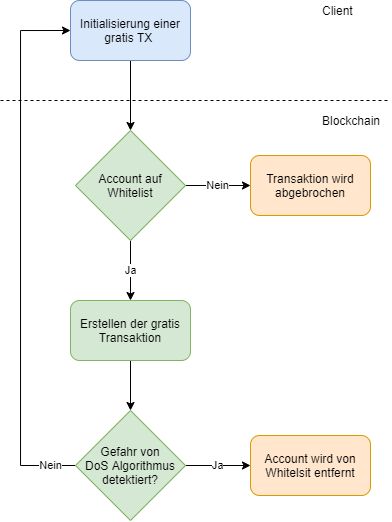
Above: Report/images/flow_solution1_v2.png in Geryones/BlockChain_TransactionManager (draw.io), before the change. Source tidied: cells renumbered, new cells last; positions are measured from the earlier drawing's top-left corner, leaving out a move shared by most shapes. Its diagram source:
```xml
<mxGraphModel>
  <root>
    <mxCell id="0" />
    <mxCell id="1" parent="0" />
    <mxCell id="2" style="edgeStyle=orthogonalEdgeStyle;rounded=0;jettySize=auto;html=1;entryX=0.5;entryY=0;entryDx=0;entryDy=0;" parent="1" edge="1" source="3" target="9">
      <mxGeometry relative="1" as="geometry" />
    </mxCell>
    <mxCell id="3" value="Initialisierung einer gratis TX&amp;nbsp;" style="rounded=1;whiteSpace=wrap;html=1;fillColor=#dae8fc;strokeColor=#6c8ebf;" parent="1" vertex="1">
      <mxGeometry x="70" width="120" height="60" as="geometry" />
    </mxCell>
    <mxCell id="4" style="endArrow=none;dashed=1;html=1;" parent="1" edge="1">
      <mxGeometry relative="1" as="geometry">
        <mxPoint y="100" as="sourcePoint" />
        <mxPoint x="390" y="100" as="targetPoint" />
      </mxGeometry>
    </mxCell>
    <mxCell id="5" value="Client" style="text;html=1;strokeColor=none;fillColor=none;align=left;verticalAlign=middle;whiteSpace=wrap;rounded=0;" parent="1" vertex="1">
      <mxGeometry x="320" width="40" height="20" as="geometry" />
    </mxCell>
    <mxCell id="6" value="Blockchain" style="text;html=1;strokeColor=none;fillColor=none;align=left;verticalAlign=middle;whiteSpace=wrap;rounded=0;" parent="1" vertex="1">
      <mxGeometry x="320" y="110" width="40" height="20" as="geometry" />
    </mxCell>
    <mxCell id="7" value="Nein" style="edgeStyle=orthogonalEdgeStyle;rounded=0;jettySize=auto;html=1;" parent="1" edge="1" source="9" target="10">
      <mxGeometry relative="1" as="geometry" />
    </mxCell>
    <mxCell id="8" value="Ja" style="edgeStyle=orthogonalEdgeStyle;rounded=0;jettySize=auto;html=1;entryX=0.5;entryY=0;entryDx=0;entryDy=0;" parent="1" edge="1" source="9" target="12">
      <mxGeometry relative="1" as="geometry" />
    </mxCell>
    <mxCell id="9" value="Account auf&lt;br&gt;&lt;div style=&quot;&quot;&gt;&lt;span&gt;Whitelist&lt;/span&gt;&lt;/div&gt;" style="rhombus;whiteSpace=wrap;html=1;align=center;fillColor=#d5e8d4;strokeColor=#82b366;" parent="1" vertex="1">
      <mxGeometry x="75" y="130" width="110" height="110" as="geometry" />
    </mxCell>
    <mxCell id="10" value="Transaktion wird&lt;br&gt;abgebrochen" style="rounded=1;whiteSpace=wrap;html=1;align=center;fillColor=#ffe6cc;strokeColor=#d79b00;" parent="1" vertex="1">
      <mxGeometry x="250" y="155" width="120" height="60" as="geometry" />
    </mxCell>
    <mxCell id="11" style="edgeStyle=orthogonalEdgeStyle;rounded=0;jettySize=auto;html=1;" parent="1" edge="1" source="12" target="15">
      <mxGeometry relative="1" as="geometry" />
    </mxCell>
    <mxCell id="12" value="Erstellen der gratis&lt;br&gt;Transaktion" style="rounded=1;whiteSpace=wrap;html=1;align=center;fillColor=#d5e8d4;strokeColor=#82b366;" parent="1" vertex="1">
      <mxGeometry x="70" y="300" width="120" height="60" as="geometry" />
    </mxCell>
    <mxCell id="13" value="Ja" style="edgeStyle=orthogonalEdgeStyle;rounded=0;jettySize=auto;html=1;entryX=0;entryY=0.5;entryDx=0;entryDy=0;" parent="1" edge="1" source="15" target="16">
      <mxGeometry relative="1" as="geometry" />
    </mxCell>
    <mxCell id="14" value="Nein" style="edgeStyle=orthogonalEdgeStyle;rounded=0;jettySize=auto;html=1;entryX=0;entryY=0.5;entryDx=0;entryDy=0;" parent="1" edge="1" source="15" target="3">
      <mxGeometry x="-0.91" relative="1" as="geometry">
        <Array as="points">
          <mxPoint x="20" y="465" />
          <mxPoint x="20" y="30" />
        </Array>
      </mxGeometry>
    </mxCell>
    <mxCell id="15" value="Gefahr von&lt;br&gt;DoS Algorithmus&lt;br&gt;detektiert?" style="rhombus;whiteSpace=wrap;html=1;align=center;fillColor=#d5e8d4;strokeColor=#82b366;" parent="1" vertex="1">
      <mxGeometry x="75" y="410" width="110" height="110" as="geometry" />
    </mxCell>
    <mxCell id="16" value="Account wird von&lt;br&gt;Whitelsit entfernt" style="rounded=1;whiteSpace=wrap;html=1;align=center;fillColor=#ffe6cc;strokeColor=#d79b00;" parent="1" vertex="1">
      <mxGeometry x="250" y="435" width="120" height="60" as="geometry" />
    </mxCell>
  </root>
</mxGraphModel>
```
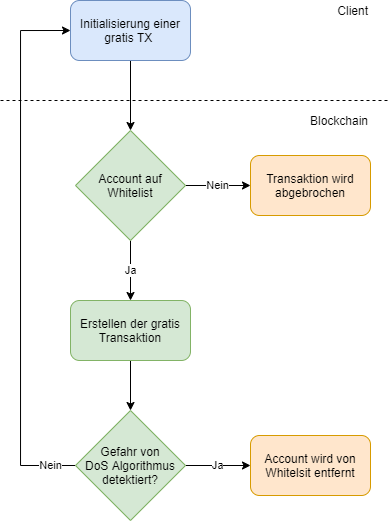
After the change.

Diff of the diagram source:
```diff
@@ -14,11 +14,11 @@
         <mxPoint x="390" y="100" as="targetPoint" />
       </mxGeometry>
     </mxCell>
-    <mxCell id="5" value="Client" style="text;html=1;strokeColor=none;fillColor=none;align=left;verticalAlign=middle;whiteSpace=wrap;rounded=0;" parent="1" vertex="1">
-      <mxGeometry x="320" width="40" height="20" as="geometry" />
+    <mxCell id="5" value="Client" style="text;html=1;strokeColor=none;fillColor=none;align=right;verticalAlign=middle;whiteSpace=wrap;rounded=0;" parent="1" vertex="1">
+      <mxGeometry x="330" width="40" height="20" as="geometry" />
     </mxCell>
-    <mxCell id="6" value="Blockchain" style="text;html=1;strokeColor=none;fillColor=none;align=left;verticalAlign=middle;whiteSpace=wrap;rounded=0;" parent="1" vertex="1">
-      <mxGeometry x="320" y="110" width="40" height="20" as="geometry" />
+    <mxCell id="6" value="Blockchain" style="text;html=1;strokeColor=none;fillColor=none;align=right;verticalAlign=middle;whiteSpace=wrap;rounded=0;" parent="1" vertex="1">
+      <mxGeometry x="310" y="110" width="60" height="20" as="geometry" />
     </mxCell>
     <mxCell id="7" value="Nein" style="edgeStyle=orthogonalEdgeStyle;rounded=0;jettySize=auto;html=1;" parent="1" edge="1" source="9" target="10">
       <mxGeometry relative="1" as="geometry" />
```
